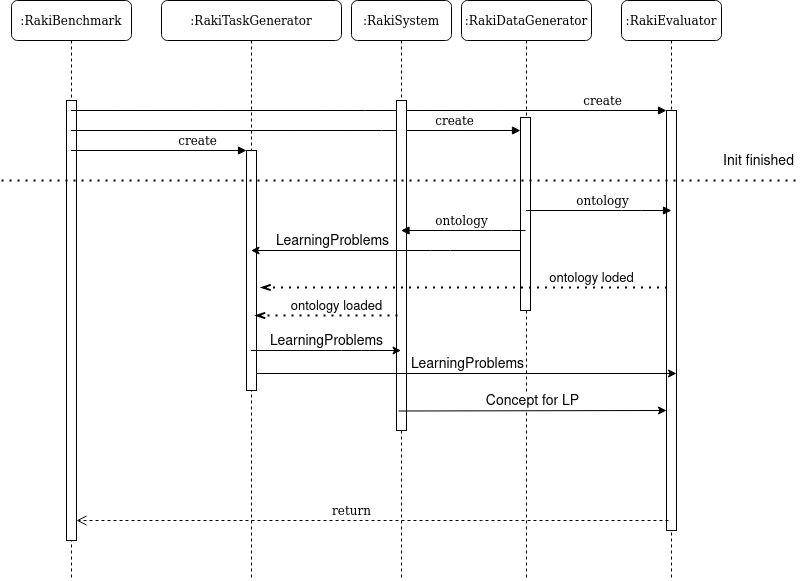
The draw.io diagram docs/images/raki-hobbit-timing.drawio.png in dice-group/raki-ilp-benchmark, before a commit. Source tidied: cells renumbered, new cells last; positions are measured from the earlier drawing's top-left corner, leaving out a move shared by most shapes.
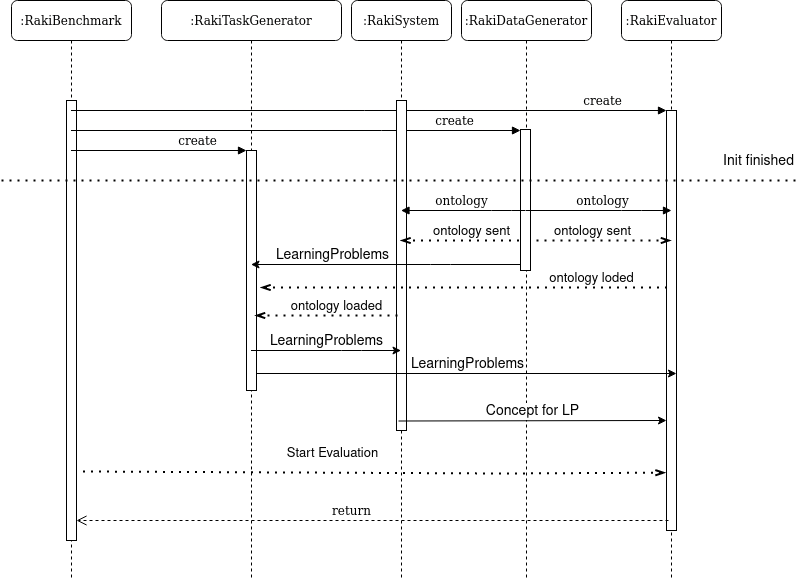
The same diagram one commit later.

Commit message:
Adding documentation to hobbit module, updaintg time chart

Diff of the diagram source:
```diff
@@ -21,7 +21,7 @@
       <mxGeometry x="55" y="100" width="10" height="440" as="geometry" />
     </mxCell>
     <mxCell id="8" style="html=1;points=[];perimeter=orthogonalPerimeter;rounded=0;shadow=0;comic=0;labelBackgroundColor=none;strokeWidth=1;fontFamily=Verdana;fontSize=12;align=center;" parent="1" vertex="1">
-      <mxGeometry x="519" y="117" width="10" height="193" as="geometry" />
+      <mxGeometry x="519" y="129" width="10" height="141" as="geometry" />
     </mxCell>
     <mxCell id="9" value="&lt;div&gt;create&lt;/div&gt;" style="html=1;verticalAlign=bottom;endArrow=block;labelBackgroundColor=none;fontFamily=Verdana;fontSize=12;edgeStyle=elbowEdgeStyle;elbow=vertical;" parent="1" edge="1" source="6" target="8">
       <mxGeometry x="0.7" relative="1" as="geometry">
@@ -76,12 +76,13 @@
         <mxPoint x="159" y="-10" as="offset" />
       </mxGeometry>
     </mxCell>
-    <mxCell id="19" value="ontology" style="html=1;verticalAlign=bottom;endArrow=block;labelBackgroundColor=none;fontFamily=Verdana;fontSize=12;edgeStyle=elbowEdgeStyle;elbow=vertical;" parent="1" edge="1" target="14">
+    <mxCell id="19" value="ontology" style="html=1;verticalAlign=bottom;endArrow=block;labelBackgroundColor=none;fontFamily=Verdana;fontSize=12;edgeStyle=elbowEdgeStyle;elbow=vertical;" parent="1" edge="1">
       <mxGeometry x="0.04" relative="1" as="geometry">
-        <mxPoint x="524" y="230" as="sourcePoint" />
+        <mxPoint x="524" y="210" as="sourcePoint" />
+        <mxPoint x="399.5" y="210" as="targetPoint" />
         <Array as="points">
-          <mxPoint x="500" y="230" />
-          <mxPoint x="520" y="200" />
+          <mxPoint x="500" y="210" />
+          <mxPoint x="520" y="180" />
         </Array>
         <mxPoint x="1" as="offset" />
       </mxGeometry>
@@ -127,8 +128,8 @@
     </mxCell>
     <mxCell id="26" style="endArrow=classic;html=1;fontSize=13;" parent="1" edge="1">
       <mxGeometry relative="1" as="geometry">
-        <mxPoint x="397" y="410.5" as="sourcePoint" />
-        <mxPoint x="665" y="410" as="targetPoint" />
+        <mxPoint x="397" y="420.5" as="sourcePoint" />
+        <mxPoint x="665" y="420" as="targetPoint" />
       </mxGeometry>
     </mxCell>
     <mxCell id="27" value="Concept for LP" style="edgeLabel;html=1;align=center;verticalAlign=middle;fontSize=14;" parent="26" vertex="1">
@@ -147,11 +148,12 @@
         <mxPoint y="-15" as="offset" />
       </mxGeometry>
     </mxCell>
-    <mxCell id="30" style="endArrow=classic;html=1;fontSize=13;" parent="1" edge="1" target="2">
+    <mxCell id="30" style="endArrow=classic;html=1;fontSize=13;" parent="1" edge="1">
       <mxGeometry relative="1" as="geometry">
-        <mxPoint x="519" y="250" as="sourcePoint" />
+        <mxPoint x="519" y="264" as="sourcePoint" />
+        <mxPoint x="249.5" y="264" as="targetPoint" />
         <Array as="points">
-          <mxPoint x="439" y="250" />
+          <mxPoint x="439" y="264" />
         </Array>
       </mxGeometry>
     </mxCell>
@@ -160,5 +162,46 @@
         <mxPoint x="-54" y="-10" as="offset" />
       </mxGeometry>
     </mxCell>
+    <mxCell id="32" style="endArrow=none;dashed=1;html=1;dashPattern=1 3;strokeWidth=2;startArrow=openThin;startFill=0;exitX=-0.1;exitY=0.879;exitDx=0;exitDy=0;exitPerimeter=0;entryX=1;entryY=0.859;entryDx=0;entryDy=0;entryPerimeter=0;" parent="1" edge="1">
+      <mxGeometry relative="1" as="geometry">
+        <mxPoint x="664" y="472.2" as="sourcePoint" />
+        <mxPoint x="75" y="471" as="targetPoint" />
+        <Array as="points">
+          <mxPoint x="500" y="473" />
+        </Array>
+      </mxGeometry>
+    </mxCell>
+    <mxCell id="33" value="&lt;div&gt;Start Evaluation&lt;/div&gt;" style="edgeLabel;html=1;align=center;verticalAlign=middle;fontSize=13;" parent="32" vertex="1">
+      <mxGeometry x="-0.17" relative="1" as="geometry">
+        <mxPoint x="-88" y="-20" as="offset" />
+      </mxGeometry>
+    </mxCell>
+    <mxCell id="34" style="endArrow=none;dashed=1;html=1;dashPattern=1 3;strokeWidth=2;startArrow=openThin;startFill=0;" parent="1" edge="1">
+      <mxGeometry relative="1" as="geometry">
+        <mxPoint x="399" y="240" as="sourcePoint" />
+        <mxPoint x="519" y="240" as="targetPoint" />
+        <Array as="points">
+          <mxPoint x="499.5" y="240" />
+        </Array>
+      </mxGeometry>
+    </mxCell>
+    <mxCell id="35" value="ontology sent" style="edgeLabel;html=1;align=center;verticalAlign=middle;fontSize=13;" parent="34" vertex="1">
+      <mxGeometry x="-0.17" relative="1" as="geometry">
+        <mxPoint x="20" y="-10" as="offset" />
+      </mxGeometry>
+    </mxCell>
+    <mxCell id="36" style="endArrow=none;dashed=1;html=1;dashPattern=1 3;strokeWidth=2;startArrow=openThin;startFill=0;" parent="1" edge="1" source="5">
+      <mxGeometry relative="1" as="geometry">
+        <mxPoint x="530" y="240" as="targetPoint" />
+        <Array as="points">
+          <mxPoint x="560" y="240" />
+        </Array>
+      </mxGeometry>
+    </mxCell>
+    <mxCell id="37" value="ontology sent" style="edgeLabel;html=1;align=center;verticalAlign=middle;fontSize=13;" parent="36" vertex="1">
+      <mxGeometry x="-0.17" relative="1" as="geometry">
+        <mxPoint x="-21" y="-10" as="offset" />
+      </mxGeometry>
+    </mxCell>
   </root>
 </mxGraphModel>
```
